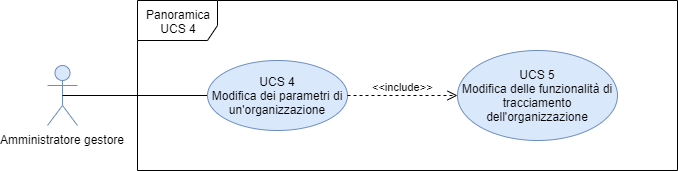
Before: DocumentazioneEsterna/AnalisiRequisiti/sezioni/UseCase/Immagini/UCS4.png, a diagram exported from draw.io (qb-team/Stalker-Documentazione). Source tidied: cells renumbered, new cells last; positions are measured from the earlier drawing's top-left corner, leaving out a move shared by most shapes.
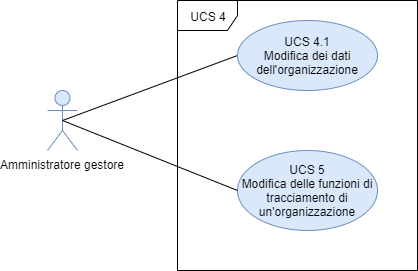
The same diagram one commit later.

Diff of the diagram source:
```diff
@@ -2,23 +2,23 @@
   <root>
     <mxCell id="0" />
     <mxCell id="1" parent="0" />
-    <mxCell id="2" value="Panoramica UCS 4&lt;br&gt;" style="shape=umlFrame;whiteSpace=wrap;html=1;width=80;height=40;" parent="1" vertex="1">
-      <mxGeometry x="90" width="540" height="170" as="geometry" />
-    </mxCell>
-    <mxCell id="3" value="Amministratore gestore" style="shape=umlActor;verticalLabelPosition=bottom;labelBackgroundColor=#ffffff;verticalAlign=top;html=1;fillColor=#dae8fc;strokeColor=#6c8ebf;" parent="1" vertex="1">
+    <mxCell id="3" value="Amministratore gestore" style="shape=umlActor;verticalLabelPosition=bottom;labelBackgroundColor=#ffffff;verticalAlign=top;html=1;outlineConnect=0;fillColor=#dae8fc;strokeColor=#6c8ebf;" parent="1" vertex="1">
       <mxGeometry y="65" width="30" height="60" as="geometry" />
     </mxCell>
-    <mxCell id="4" style="endArrow=none;html=1;exitX=0.5;exitY=0.5;exitDx=0;exitDy=0;exitPerimeter=0;entryX=0;entryY=0.5;entryDx=0;entryDy=0;" parent="1" edge="1" source="3" target="5">
-      <mxGeometry relative="1" as="geometry" />
-    </mxCell>
-    <mxCell id="5" value="UCS 4&lt;br&gt;Modifica dei parametri di un'organizzazione" style="ellipse;whiteSpace=wrap;html=1;fillColor=#dae8fc;strokeColor=#6c8ebf;" parent="1" vertex="1">
-      <mxGeometry x="160" y="60" width="140" height="70" as="geometry" />
-    </mxCell>
-    <mxCell id="6" value="&amp;lt;&amp;lt;include&amp;gt;&amp;gt;" style="html=1;verticalAlign=bottom;endArrow=open;dashed=1;endSize=8;exitX=1;exitY=0.5;exitDx=0;exitDy=0;entryX=0;entryY=0.5;entryDx=0;entryDy=0;" parent="1" edge="1" source="5" target="7">
-      <mxGeometry relative="1" as="geometry" />
-    </mxCell>
-    <mxCell id="7" value="UCS 5&lt;br&gt;Modifica delle funzionalità di tracciamento dell'organizzazione" style="ellipse;whiteSpace=wrap;html=1;fillColor=#dae8fc;strokeColor=#6c8ebf;" parent="1" vertex="1">
-      <mxGeometry x="410" y="50" width="160" height="90" as="geometry" />
-    </mxCell>
+    <mxCell id="8" style="endArrow=none;html=1;exitX=0.5;exitY=0.5;exitDx=0;exitDy=0;exitPerimeter=0;entryX=0;entryY=0.5;entryDx=0;entryDy=0;" parent="1" edge="1" source="3" target="10">
+      <mxGeometry relative="1" as="geometry" />
+    </mxCell>
+    <mxCell id="9" value="UCS 4" style="shape=umlFrame;whiteSpace=wrap;html=1;" parent="1" vertex="1">
+      <mxGeometry x="130" y="-25" width="240" height="270" as="geometry" />
+    </mxCell>
+    <mxCell id="10" value="UCS 4.1&lt;br&gt;Modifica dei dati dell'organizzazione" style="ellipse;whiteSpace=wrap;html=1;fillColor=#dae8fc;strokeColor=#6c8ebf;" parent="1" vertex="1">
+      <mxGeometry x="190" y="-5" width="140" height="70" as="geometry" />
+    </mxCell>
+    <mxCell id="11" value="UCS 5&lt;br&gt;Modifica delle funzioni di tracciamento di un'organizzazione" style="ellipse;whiteSpace=wrap;html=1;fillColor=#dae8fc;strokeColor=#6c8ebf;" parent="1" vertex="1">
+      <mxGeometry x="190" y="125" width="140" height="80" as="geometry" />
+    </mxCell>
+    <mxCell id="12" style="endArrow=none;html=1;exitX=0.5;exitY=0.5;exitDx=0;exitDy=0;exitPerimeter=0;entryX=0;entryY=0.5;entryDx=0;entryDy=0;" parent="1" edge="1" source="3" target="11">
+      <mxGeometry relative="1" as="geometry" />
+    </mxCell>
   </root>
 </mxGraphModel>
```
